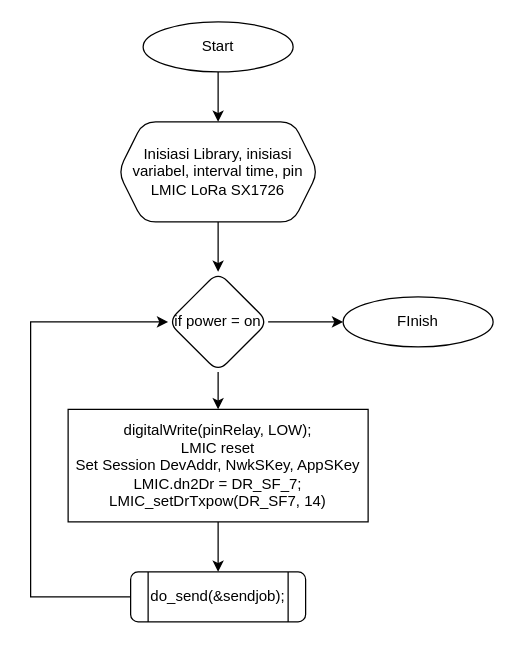
Before: page "flowchart program" (2 of 4) of Untitled Diagram.drawio in titisnadela/MyPanel, a draw.io diagram. Source tidied: cells renumbered, new cells numbered last; positions are measured from the earlier drawing's top-left corner, leaving out a move shared by most shapes. Both pictures are drawn from the tidied source at 125%, with x=0, y=0 at pixel (30, 21).
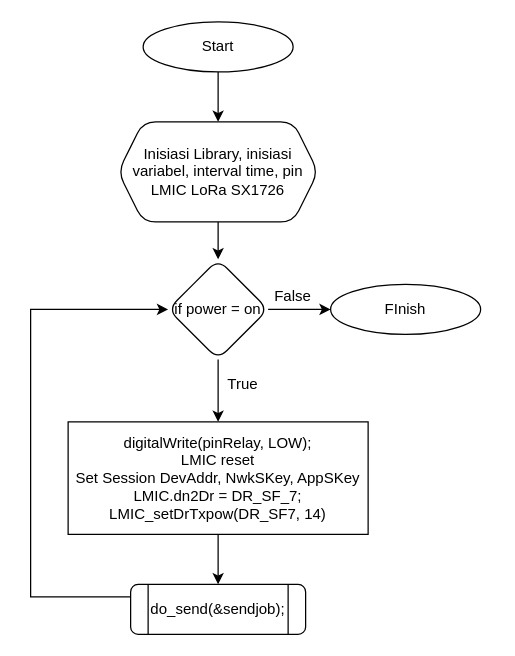
The same diagram, later.

Diff of the diagram source:
```diff
@@
 <mxGraphModel>
   <root>
     <mxCell id="0" />
     <mxCell id="1" parent="0" />
     <mxCell id="2" style="edgeStyle=orthogonalEdgeStyle;rounded=0;jettySize=auto;html=1;entryX=0.5;entryY=0;entryDx=0;entryDy=0;" parent="1" edge="1" source="3" target="5">
       <mxGeometry relative="1" as="geometry" />
     </mxCell>
     <mxCell id="3" value="Start" style="ellipse;whiteSpace=wrap;html=1;rounded=1;" parent="1" vertex="1">
       <mxGeometry x="90" width="120" height="40" as="geometry" />
     </mxCell>
     <mxCell id="4" style="edgeStyle=orthogonalEdgeStyle;rounded=0;jettySize=auto;html=1;entryX=0.5;entryY=0;entryDx=0;entryDy=0;" parent="1" edge="1" source="5" target="8">
       <mxGeometry relative="1" as="geometry" />
     </mxCell>
     <mxCell id="5" value="Inisiasi Library, inisiasi variabel, interval time, pin LMIC LoRa SX1726" style="shape=hexagon;perimeter=hexagonPerimeter2;whiteSpace=wrap;html=1;fixedSize=1;rounded=1;" parent="1" vertex="1">
       <mxGeometry x="70" y="80" width="160" height="80" as="geometry" />
     </mxCell>
     <mxCell id="6" style="edgeStyle=orthogonalEdgeStyle;rounded=0;jettySize=auto;html=1;entryX=0.5;entryY=0;entryDx=0;entryDy=0;" parent="1" edge="1" source="8" target="10">
       <mxGeometry relative="1" as="geometry" />
     </mxCell>
     <mxCell id="7" style="edgeStyle=orthogonalEdgeStyle;rounded=0;jettySize=auto;html=1;entryX=0;entryY=0.5;entryDx=0;entryDy=0;" parent="1" edge="1" source="8" target="13">
       <mxGeometry relative="1" as="geometry" />
     </mxCell>
     <mxCell id="8" value="if power = on" style="rhombus;whiteSpace=wrap;html=1;rounded=1;" parent="1" vertex="1">
-      <mxGeometry x="110" y="200" width="80" height="80" as="geometry" />
+      <mxGeometry x="110" y="190" width="80" height="80" as="geometry" />
     </mxCell>
     <mxCell id="9" style="edgeStyle=orthogonalEdgeStyle;rounded=0;jettySize=auto;html=1;entryX=0.5;entryY=0;entryDx=0;entryDy=0;" parent="1" edge="1" source="10" target="12">
       <mxGeometry relative="1" as="geometry" />
     </mxCell>
     <mxCell id="10" value="digitalWrite(pinRelay, LOW); &lt;br&gt;LMIC reset &lt;br&gt;Set Session DevAddr, NwkSKey, AppSKey &lt;br&gt;LMIC.dn2Dr = DR_SF_7;&lt;br&gt;LMIC_setDrTxpow(DR_SF7, 14)" style="rounded=0;whiteSpace=wrap;html=1;" parent="1" vertex="1">
-      <mxGeometry x="30" y="310" width="240" height="90" as="geometry" />
+      <mxGeometry x="30" y="320" width="240" height="90" as="geometry" />
     </mxCell>
     <mxCell id="11" style="edgeStyle=orthogonalEdgeStyle;rounded=0;jettySize=auto;html=1;entryX=0;entryY=0.5;entryDx=0;entryDy=0;exitX=0;exitY=0.5;exitDx=0;exitDy=0;" parent="1" edge="1" source="12" target="8">
       <mxGeometry relative="1" as="geometry">
         <Array as="points">
+          <mxPoint x="80" y="460" />
           <mxPoint y="460" />
-          <mxPoint y="240" />
+          <mxPoint y="230" />
         </Array>
       </mxGeometry>
     </mxCell>
     <mxCell id="12" value="do_send(&amp;amp;sendjob);" style="shape=process;whiteSpace=wrap;html=1;backgroundOutline=1;rounded=1;" parent="1" vertex="1">
-      <mxGeometry x="80" y="440" width="140" height="40" as="geometry" />
+      <mxGeometry x="80" y="450" width="140" height="40" as="geometry" />
     </mxCell>
     <mxCell id="13" value="FInish" style="ellipse;whiteSpace=wrap;html=1;rounded=1;" parent="1" vertex="1">
-      <mxGeometry x="250" y="220" width="120" height="40" as="geometry" />
+      <mxGeometry x="240" y="210" width="120" height="40" as="geometry" />
     </mxCell>
+    <mxCell id="14" value="True" style="text;html=1;strokeColor=none;fillColor=none;align=center;verticalAlign=middle;whiteSpace=wrap;rounded=0;" parent="1" vertex="1">
+      <mxGeometry x="150" y="280" width="40" height="20" as="geometry" />
+    </mxCell>
+    <mxCell id="15" value="False" style="text;html=1;strokeColor=none;fillColor=none;align=center;verticalAlign=middle;whiteSpace=wrap;rounded=0;" parent="1" vertex="1">
+      <mxGeometry x="190" y="210" width="40" height="20" as="geometry" />
+    </mxCell>
   </root>
 </mxGraphModel>
```
